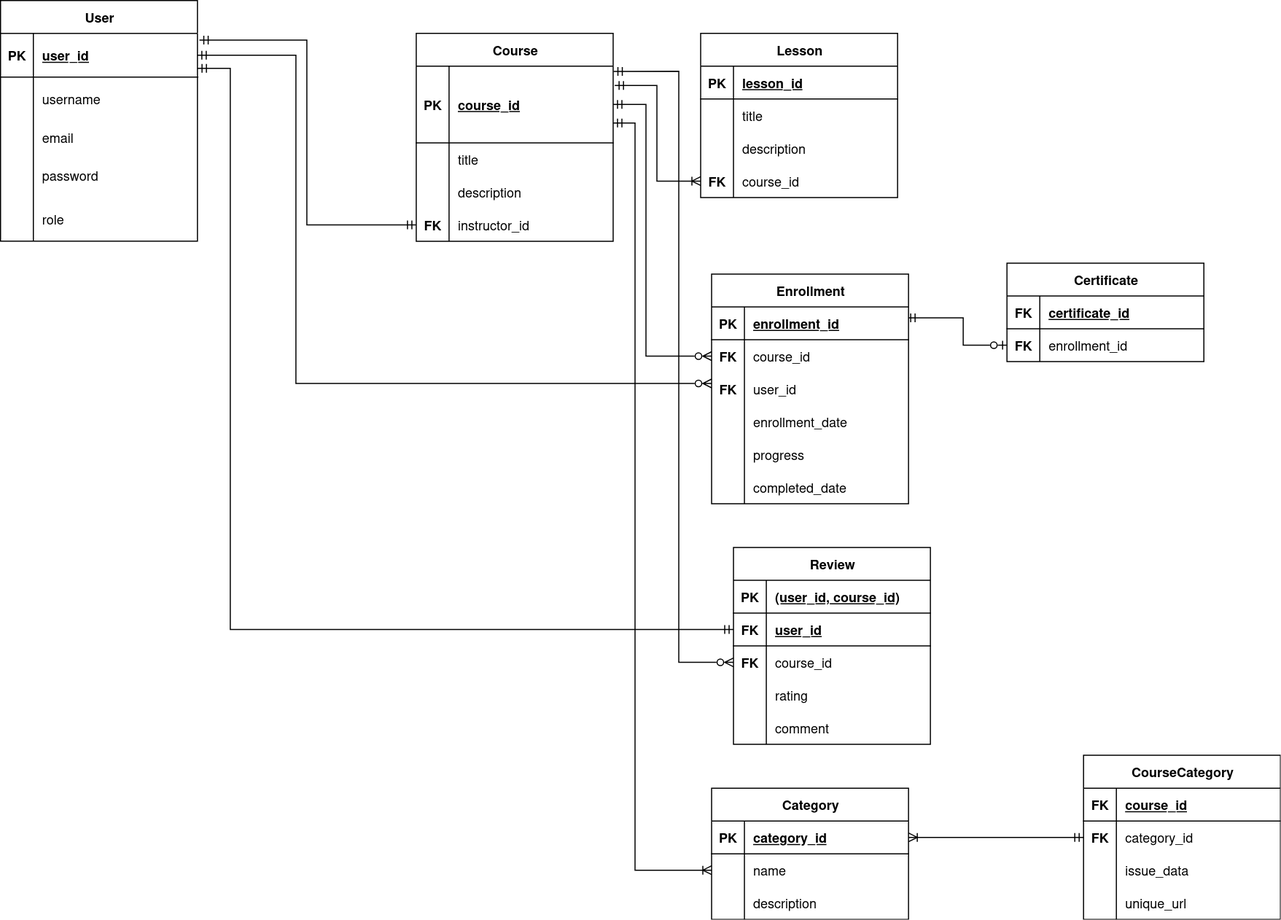
Earlier version of the draw.io export ER Diagram(Crow's Foot)/ER_crow.png (Tr1ggerbtw/KPI-). Source tidied: cells renumbered, new cells last; positions are measured from the earlier drawing's top-left corner, leaving out a move shared by most shapes.
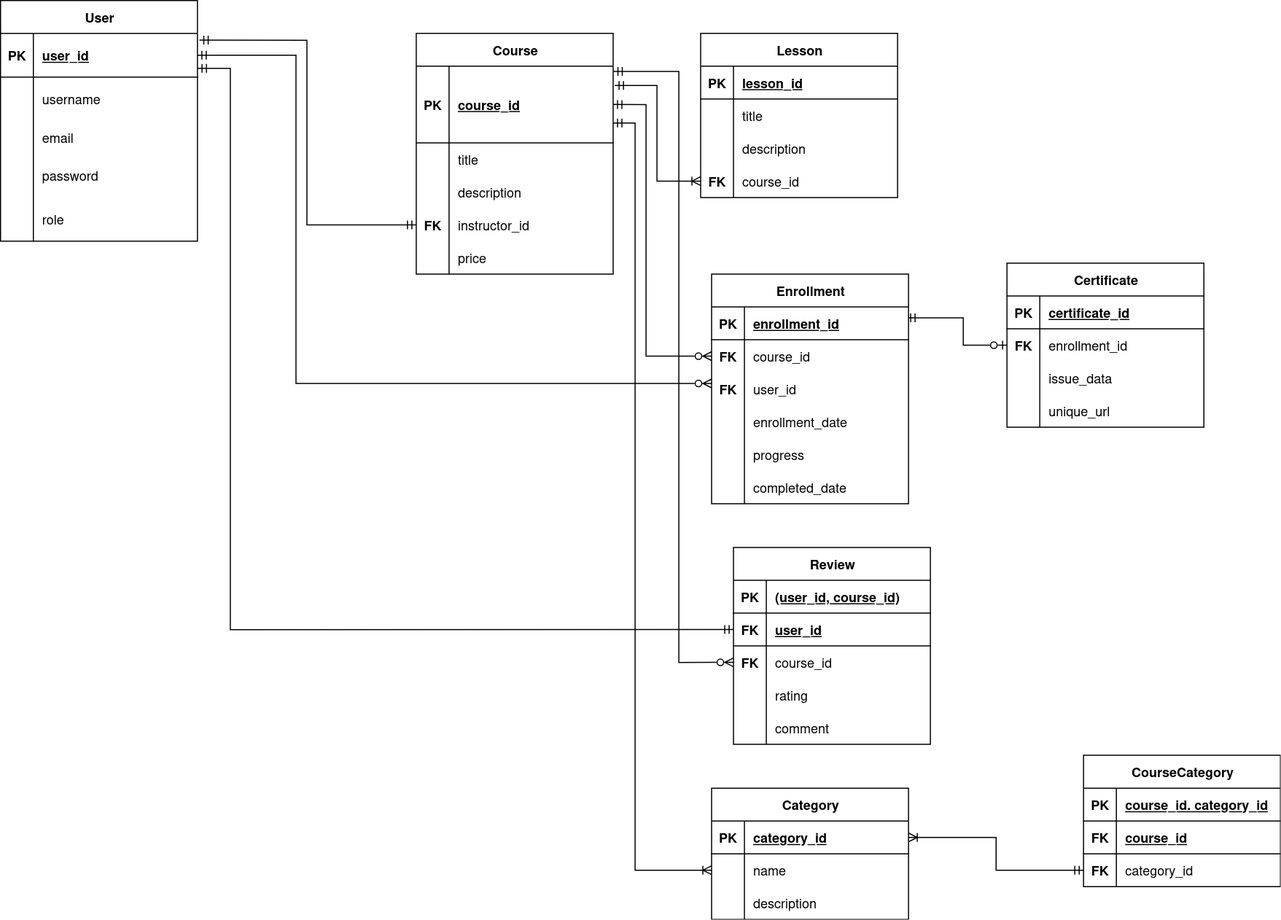
The same diagram one commit later.

Commit message:
Fix slight differences between diagrams && code

Change to the diagram source:
```diff
@@ -51,7 +51,7 @@
       <mxGeometry x="30" width="150" height="40" as="geometry" />
     </mxCell>
     <mxCell id="18" value="Course" style="shape=table;startSize=30;rowLines=0;fontStyle=1;align=center;html=1;" parent="1" vertex="1">
-      <mxGeometry x="380" y="30" width="180" height="190" as="geometry" />
+      <mxGeometry x="380" y="30" width="180" height="220" as="geometry" />
     </mxCell>
     <mxCell id="19" style="shape=tableRow;horizontal=0;startSize=0;swimlaneHead=0;swimlaneBody=0;fillColor=none;points=[[0,0.5],[1,0.5]];portConstraint=eastwest;top=0;left=0;right=0;bottom=1;" parent="18" vertex="1">
       <mxGeometry y="30" width="180" height="70" as="geometry" />
@@ -89,6 +89,15 @@
     <mxCell id="30" value="instructor_id" style="shape=partialRectangle;fillColor=none;top=0;left=0;bottom=0;right=0;align=left;spacingLeft=6;overflow=hidden;whiteSpace=wrap;html=1;" parent="28" vertex="1">
       <mxGeometry x="30" width="150" height="30" as="geometry" />
     </mxCell>
+    <mxCell id="118" style="shape=tableRow;horizontal=0;startSize=0;swimlaneHead=0;swimlaneBody=0;fillColor=none;top=0;left=0;right=0;bottom=0;" parent="18" vertex="1">
+      <mxGeometry y="190" width="180" height="30" as="geometry" />
+    </mxCell>
+    <mxCell id="119" style="shape=partialRectangle;fillColor=none;top=0;left=0;bottom=0;right=0;overflow=hidden;whiteSpace=wrap;html=1;" parent="118" vertex="1">
+      <mxGeometry width="30" height="30" as="geometry" />
+    </mxCell>
+    <mxCell id="120" value="price" style="shape=partialRectangle;fillColor=none;top=0;left=0;bottom=0;right=0;align=left;spacingLeft=6;overflow=hidden;whiteSpace=wrap;html=1;" parent="118" vertex="1">
+      <mxGeometry x="30" width="150" height="30" as="geometry" />
+    </mxCell>
     <mxCell id="31" value="Lesson" style="shape=table;startSize=30;rowLines=0;fontStyle=1;align=center;html=1;" parent="1" vertex="1">
       <mxGeometry x="640" y="30" width="180" height="150" as="geometry" />
     </mxCell>
@@ -259,10 +268,19 @@
       <mxGeometry x="30" width="150" height="30" as="geometry" />
     </mxCell>
     <mxCell id="83" value="CourseCategory" style="shape=table;startSize=30;rowLines=0;fontStyle=1;align=center;html=1;" parent="1" vertex="1">
-      <mxGeometry x="990" y="690" width="180" height="150" as="geometry" />
+      <mxGeometry x="990" y="690" width="180" height="120" as="geometry" />
     </mxCell>
+    <mxCell id="121" style="shape=tableRow;horizontal=0;startSize=0;swimlaneHead=0;swimlaneBody=0;fillColor=none;top=0;left=0;right=0;bottom=1;" parent="83" vertex="1">
+      <mxGeometry y="30" width="180" height="30" as="geometry" />
+    </mxCell>
+    <mxCell id="122" value="PK" style="shape=partialRectangle;fillColor=none;top=0;left=0;bottom=0;right=0;fontStyle=1;overflow=hidden;whiteSpace=wrap;html=1;" parent="121" vertex="1">
+      <mxGeometry width="30" height="30" as="geometry" />
+    </mxCell>
+    <mxCell id="123" value="course_id. category_id" style="shape=partialRectangle;fillColor=none;top=0;left=0;bottom=0;right=0;align=left;spacingLeft=6;fontStyle=5;overflow=hidden;whiteSpace=wrap;html=1;" parent="121" vertex="1">
+      <mxGeometry x="30" width="150" height="30" as="geometry" />
+    </mxCell>
     <mxCell id="84" style="shape=tableRow;horizontal=0;startSize=0;swimlaneHead=0;swimlaneBody=0;fillColor=none;top=0;left=0;right=0;bottom=1;" parent="83" vertex="1">
-      <mxGeometry y="30" width="180" height="30" as="geometry" />
+      <mxGeometry y="60" width="180" height="30" as="geometry" />
     </mxCell>
     <mxCell id="85" value="FK" style="shape=partialRectangle;fillColor=none;top=0;left=0;bottom=0;right=0;fontStyle=1;overflow=hidden;whiteSpace=wrap;html=1;" parent="84" vertex="1">
       <mxGeometry width="30" height="30" as="geometry" />
@@ -271,7 +289,7 @@
       <mxGeometry x="30" width="150" height="30" as="geometry" />
     </mxCell>
     <mxCell id="87" style="shape=tableRow;horizontal=0;startSize=0;swimlaneHead=0;swimlaneBody=0;fillColor=none;points=[[0,0.5],[1,0.5]];portConstraint=eastwest;top=0;left=0;right=0;bottom=0;" parent="83" vertex="1">
-      <mxGeometry y="60" width="180" height="30" as="geometry" />
+      <mxGeometry y="90" width="180" height="30" as="geometry" />
     </mxCell>
     <mxCell id="88" value="&lt;b&gt;FK&lt;/b&gt;" style="shape=partialRectangle;fillColor=none;top=0;left=0;bottom=0;right=0;overflow=hidden;whiteSpace=wrap;html=1;" parent="87" vertex="1">
       <mxGeometry width="30" height="30" as="geometry" />
@@ -279,31 +297,13 @@
     <mxCell id="89" value="category_id" style="shape=partialRectangle;fillColor=none;top=0;left=0;bottom=0;right=0;align=left;spacingLeft=6;overflow=hidden;whiteSpace=wrap;html=1;" parent="87" vertex="1">
       <mxGeometry x="30" width="150" height="30" as="geometry" />
     </mxCell>
-    <mxCell id="90" style="shape=tableRow;horizontal=0;startSize=0;swimlaneHead=0;swimlaneBody=0;fillColor=none;top=0;left=0;right=0;bottom=0;" parent="83" vertex="1">
-      <mxGeometry y="90" width="180" height="30" as="geometry" />
-    </mxCell>
-    <mxCell id="91" style="shape=partialRectangle;fillColor=none;top=0;left=0;bottom=0;right=0;overflow=hidden;whiteSpace=wrap;html=1;" parent="90" vertex="1">
-      <mxGeometry width="30" height="30" as="geometry" />
-    </mxCell>
-    <mxCell id="92" value="issue_data" style="shape=partialRectangle;fillColor=none;top=0;left=0;bottom=0;right=0;align=left;spacingLeft=6;overflow=hidden;whiteSpace=wrap;html=1;" parent="90" vertex="1">
-      <mxGeometry x="30" width="150" height="30" as="geometry" />
-    </mxCell>
-    <mxCell id="93" style="shape=tableRow;horizontal=0;startSize=0;swimlaneHead=0;swimlaneBody=0;fillColor=none;top=0;left=0;right=0;bottom=0;" parent="83" vertex="1">
-      <mxGeometry y="120" width="180" height="30" as="geometry" />
-    </mxCell>
-    <mxCell id="94" style="shape=partialRectangle;fillColor=none;top=0;left=0;bottom=0;right=0;overflow=hidden;whiteSpace=wrap;html=1;" parent="93" vertex="1">
-      <mxGeometry width="30" height="30" as="geometry" />
-    </mxCell>
-    <mxCell id="95" value="unique_url" style="shape=partialRectangle;fillColor=none;top=0;left=0;bottom=0;right=0;align=left;spacingLeft=6;overflow=hidden;whiteSpace=wrap;html=1;" parent="93" vertex="1">
-      <mxGeometry x="30" width="150" height="30" as="geometry" />
-    </mxCell>
     <mxCell id="96" value="Certificate" style="shape=table;startSize=30;rowLines=0;fontStyle=1;align=center;html=1;" parent="1" vertex="1">
-      <mxGeometry x="920" y="240" width="180" height="90" as="geometry" />
+      <mxGeometry x="920" y="240" width="180" height="150" as="geometry" />
     </mxCell>
     <mxCell id="97" style="shape=tableRow;horizontal=0;startSize=0;swimlaneHead=0;swimlaneBody=0;fillColor=none;top=0;left=0;right=0;bottom=1;" parent="96" vertex="1">
       <mxGeometry y="30" width="180" height="30" as="geometry" />
     </mxCell>
-    <mxCell id="98" value="FK" style="shape=partialRectangle;fillColor=none;top=0;left=0;bottom=0;right=0;fontStyle=1;overflow=hidden;whiteSpace=wrap;html=1;" parent="97" vertex="1">
+    <mxCell id="98" value="PK" style="shape=partialRectangle;fillColor=none;top=0;left=0;bottom=0;right=0;fontStyle=1;overflow=hidden;whiteSpace=wrap;html=1;" parent="97" vertex="1">
       <mxGeometry width="30" height="30" as="geometry" />
     </mxCell>
     <mxCell id="99" value="certificate_id" style="shape=partialRectangle;fillColor=none;top=0;left=0;bottom=0;right=0;align=left;spacingLeft=6;fontStyle=5;overflow=hidden;whiteSpace=wrap;html=1;" parent="97" vertex="1">
@@ -318,6 +318,24 @@
     <mxCell id="102" value="enrollment_id" style="shape=partialRectangle;fillColor=none;top=0;left=0;bottom=0;right=0;align=left;spacingLeft=6;overflow=hidden;whiteSpace=wrap;html=1;" parent="100" vertex="1">
       <mxGeometry x="30" width="150" height="30" as="geometry" />
     </mxCell>
+    <mxCell id="90" style="shape=tableRow;horizontal=0;startSize=0;swimlaneHead=0;swimlaneBody=0;fillColor=none;top=0;left=0;right=0;bottom=0;" parent="96" vertex="1">
+      <mxGeometry y="90" width="180" height="30" as="geometry" />
+    </mxCell>
+    <mxCell id="124" style="shape=partialRectangle;fillColor=none;top=0;left=0;bottom=0;right=0;overflow=hidden;whiteSpace=wrap;html=1;" parent="90" vertex="1">
+      <mxGeometry width="30" height="30" as="geometry" />
+    </mxCell>
+    <mxCell id="92" value="issue_data" style="shape=partialRectangle;fillColor=none;top=0;left=0;bottom=0;right=0;align=left;spacingLeft=6;overflow=hidden;whiteSpace=wrap;html=1;" parent="90" vertex="1">
+      <mxGeometry x="30" width="150" height="30" as="geometry" />
+    </mxCell>
+    <mxCell id="93" style="shape=tableRow;horizontal=0;startSize=0;swimlaneHead=0;swimlaneBody=0;fillColor=none;top=0;left=0;right=0;bottom=0;" parent="96" vertex="1">
+      <mxGeometry y="120" width="180" height="30" as="geometry" />
+    </mxCell>
+    <mxCell id="125" style="shape=partialRectangle;fillColor=none;top=0;left=0;bottom=0;right=0;overflow=hidden;whiteSpace=wrap;html=1;" parent="93" vertex="1">
+      <mxGeometry width="30" height="30" as="geometry" />
+    </mxCell>
+    <mxCell id="95" value="unique_url" style="shape=partialRectangle;fillColor=none;top=0;left=0;bottom=0;right=0;align=left;spacingLeft=6;overflow=hidden;whiteSpace=wrap;html=1;" parent="93" vertex="1">
+      <mxGeometry x="30" width="150" height="30" as="geometry" />
+    </mxCell>
     <mxCell id="103" style="edgeStyle=orthogonalEdgeStyle;rounded=0;jettySize=auto;html=1;entryX=1.001;entryY=0.8;entryDx=0;entryDy=0;entryPerimeter=0;endArrow=ERmandOne;endFill=0;startArrow=ERmandOne;startFill=0;exitX=0;exitY=0.5;exitDx=0;exitDy=0;" parent="1" edge="1" source="71" target="3">
       <mxGeometry relative="1" as="geometry">
         <Array as="points">
```
